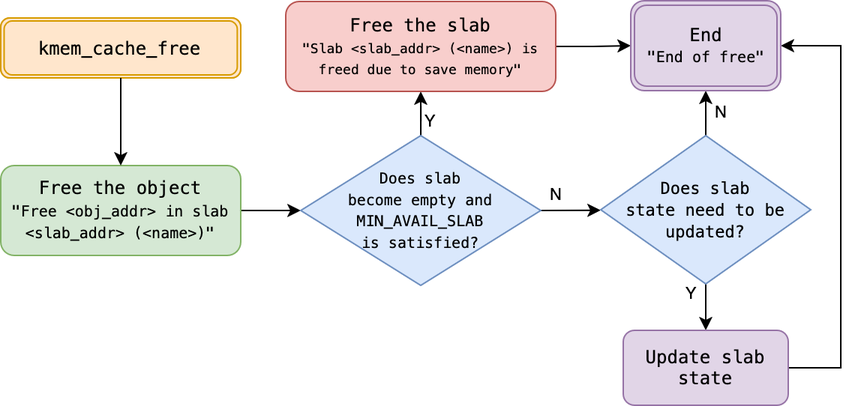
Before: doc/img/mp2-slab-free.png, a diagram exported from draw.io (Shiritai/xv6-ntu-mp). Source tidied: cells renumbered, new cells last; positions are measured from the earlier drawing's top-left corner, leaving out a move shared by most shapes.
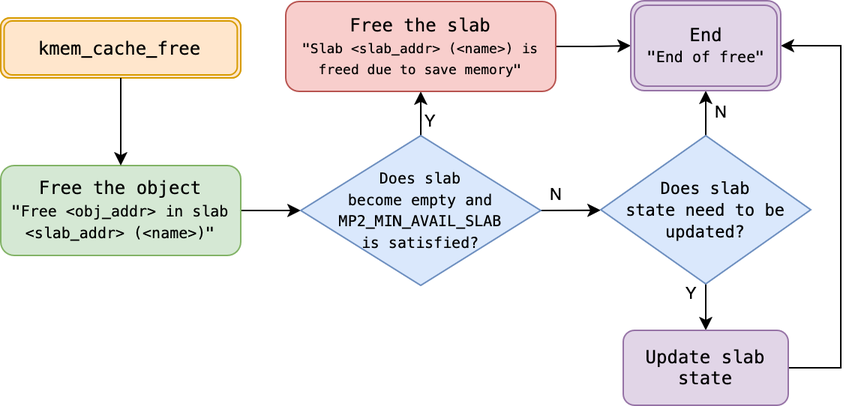
The same diagram one commit later.

Change to the diagram source:
```diff
@@ -44,7 +44,7 @@
         <mxPoint x="11" y="6" as="offset" />
       </mxGeometry>
     </mxCell>
-    <mxCell id="14" value="&lt;div&gt;&lt;font style=&quot;font-size: 10px;&quot; face=&quot;MesloLGM Nerd Font&quot;&gt;Does slab&lt;/font&gt;&lt;/div&gt;&lt;div&gt;&lt;font style=&quot;font-size: 10px;&quot; face=&quot;MesloLGM Nerd Font&quot;&gt;become empty and&lt;/font&gt;&lt;/div&gt;&lt;div&gt;&lt;font style=&quot;font-size: 10px;&quot; face=&quot;MesloLGM Nerd Font&quot;&gt;MIN_AVAIL_SLAB&lt;/font&gt;&lt;/div&gt;&lt;div&gt;&lt;font style=&quot;font-size: 10px;&quot; face=&quot;MesloLGM Nerd Font&quot;&gt;is satisfied?&lt;/font&gt;&lt;/div&gt;" style="rhombus;whiteSpace=wrap;html=1;fillColor=#dae8fc;strokeColor=#6c8ebf;rounded=0;" parent="1" vertex="1">
+    <mxCell id="14" value="&lt;div&gt;&lt;font style=&quot;font-size: 10px;&quot; face=&quot;MesloLGM Nerd Font&quot;&gt;Does slab&lt;/font&gt;&lt;/div&gt;&lt;div&gt;&lt;font style=&quot;font-size: 10px;&quot; face=&quot;MesloLGM Nerd Font&quot;&gt;become empty and&lt;/font&gt;&lt;/div&gt;&lt;div&gt;&lt;font style=&quot;font-size: 10px;&quot; face=&quot;MesloLGM Nerd Font&quot;&gt;MP2_MIN_AVAIL_SLAB&lt;/font&gt;&lt;/div&gt;&lt;div&gt;&lt;font style=&quot;font-size: 10px;&quot; face=&quot;MesloLGM Nerd Font&quot;&gt;is satisfied?&lt;/font&gt;&lt;/div&gt;" style="rhombus;whiteSpace=wrap;html=1;fillColor=#dae8fc;strokeColor=#6c8ebf;rounded=0;" parent="1" vertex="1">
       <mxGeometry x="200" y="90" width="160" height="100" as="geometry" />
     </mxCell>
     <mxCell id="15" style="edgeStyle=orthogonalEdgeStyle;rounded=0;jettySize=auto;html=1;entryX=0;entryY=0.5;entryDx=0;entryDy=0;exitX=1;exitY=0.5;exitDx=0;exitDy=0;" parent="1" edge="1" source="16" target="24">
```
